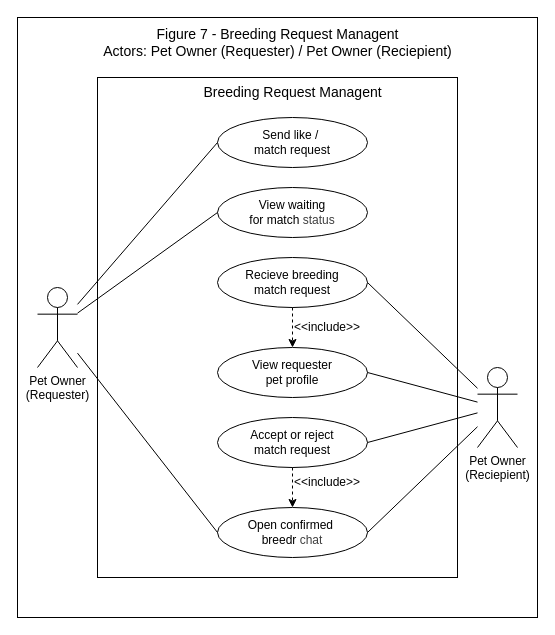
The draw.io diagram page "Fig-7" (7 of 10) of USE-CASE_Diagram_Franco.drawio in Chels013/Breedr-Diagrams, before the edit. Source tidied: cells renumbered, new cells numbered last; positions are measured from the earlier drawing's top-left corner, leaving out a move shared by most shapes. Both pictures are drawn from the tidied source at 100%, with x=0, y=0 at pixel (17, 17).
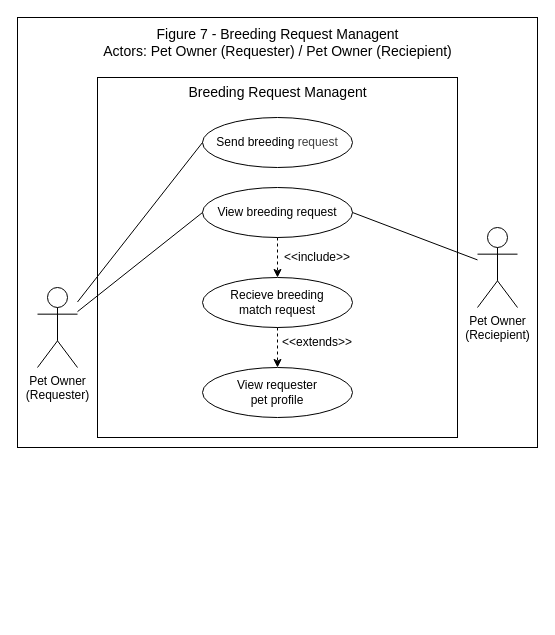
The same page after the edit.

Commit message:
i revised the figure 7, Breeding Request Managent

The change refers to these unchanged cells:
```xml
<mxCell id="12" value="Pet Owner&lt;br&gt;(Requester)" style="shape=umlActor;verticalLabelPosition=bottom;verticalAlign=top;html=1;outlineConnect=0;" parent="1" vertex="1">
  <mxGeometry x="20" y="270" width="40" height="80" as="geometry" />
</mxCell>
```

The edit, as a diff of the source:
```diff
@@
     <mxCell id="2" style="rounded=0;whiteSpace=wrap;html=1;" parent="1" vertex="1">
-      <mxGeometry width="520" height="600" as="geometry" />
+      <mxGeometry width="520" height="430" as="geometry" />
     </mxCell>
     <mxCell id="3" style="rounded=0;whiteSpace=wrap;html=1;" parent="1" vertex="1">
-      <mxGeometry x="80" y="60" width="360" height="500" as="geometry" />
+      <mxGeometry x="80" y="60" width="360" height="360" as="geometry" />
     </mxCell>
@@
     <mxCell id="5" value="&lt;span style=&quot;color: rgb(0, 0, 0);&quot;&gt;Breeding Request Managent&lt;/span&gt;" style="text;html=1;align=center;verticalAlign=middle;whiteSpace=wrap;rounded=0;fontSize=14;" parent="1" vertex="1">
-      <mxGeometry x="157.5" y="60" width="235" height="30" as="geometry" />
+      <mxGeometry x="142.5" y="60" width="235" height="30" as="geometry" />
     </mxCell>
-    <mxCell id="6" value="Send like /&amp;nbsp;&lt;div&gt;match request&lt;/div&gt;" style="ellipse;whiteSpace=wrap;html=1;" parent="1" vertex="1">
-      <mxGeometry x="200" y="100" width="150" height="50" as="geometry" />
+    <mxCell id="6" value="Send breeding&lt;span style=&quot;color: rgb(63, 63, 63); background-color: transparent;&quot;&gt;&amp;nbsp;request&lt;/span&gt;" style="ellipse;whiteSpace=wrap;html=1;" parent="1" vertex="1">
+      <mxGeometry x="185" y="100" width="150" height="50" as="geometry" />
     </mxCell>
-    <mxCell id="7" value="View waiting&lt;div&gt;for match&amp;nbsp;&lt;span style=&quot;color: rgb(63, 63, 63); background-color: transparent;&quot;&gt;status&lt;/span&gt;&lt;/div&gt;" style="ellipse;whiteSpace=wrap;html=1;" parent="1" vertex="1">
-      <mxGeometry x="200" y="170" width="150" height="50" as="geometry" />
+    <mxCell id="7" value="View breeding request" style="ellipse;whiteSpace=wrap;html=1;" parent="1" vertex="1">
+      <mxGeometry x="185" y="170" width="150" height="50" as="geometry" />
     </mxCell>
     <mxCell id="8" value="Recieve breeding&lt;div&gt;match request&lt;/div&gt;" style="ellipse;whiteSpace=wrap;html=1;" parent="1" vertex="1">
-      <mxGeometry x="200" y="240" width="150" height="50" as="geometry" />
+      <mxGeometry x="185" y="260" width="150" height="50" as="geometry" />
     </mxCell>
     <mxCell id="9" value="View requester&lt;div&gt;pet profile&lt;/div&gt;" style="ellipse;whiteSpace=wrap;html=1;" parent="1" vertex="1">
-      <mxGeometry x="200" y="330" width="150" height="50" as="geometry" />
+      <mxGeometry x="185" y="350" width="150" height="50" as="geometry" />
     </mxCell>
-    <mxCell id="10" value="Accept or reject&lt;div&gt;match request&lt;/div&gt;" style="ellipse;whiteSpace=wrap;html=1;" parent="1" vertex="1">
-      <mxGeometry x="200" y="400" width="150" height="50" as="geometry" />
-    </mxCell>
-    <mxCell id="11" value="Open confirmed&amp;nbsp;&lt;div&gt;breedr&amp;nbsp;&lt;span style=&quot;color: rgb(63, 63, 63); background-color: transparent;&quot;&gt;chat&lt;/span&gt;&lt;/div&gt;" style="ellipse;whiteSpace=wrap;html=1;" parent="1" vertex="1">
-      <mxGeometry x="200" y="490" width="150" height="50" as="geometry" />
-    </mxCell>
@@
     <mxCell id="13" value="Pet Owner&lt;div&gt;(Reciepient)&lt;/div&gt;" style="shape=umlActor;verticalLabelPosition=bottom;verticalAlign=top;html=1;outlineConnect=0;" parent="1" vertex="1">
-      <mxGeometry x="460" y="350" width="40" height="80" as="geometry" />
+      <mxGeometry x="460" y="210" width="40" height="80" as="geometry" />
     </mxCell>
@@
-    <mxCell id="16" style="endArrow=none;html=1;entryX=0;entryY=0.5;entryDx=0;entryDy=0;" parent="1" edge="1" source="12" target="11">
-      <mxGeometry relative="1" as="geometry" />
-    </mxCell>
-    <mxCell id="17" style="endArrow=none;html=1;exitX=1;exitY=0.5;exitDx=0;exitDy=0;" parent="1" edge="1" source="8" target="13">
+    <mxCell id="17" style="endArrow=none;html=1;exitX=1;exitY=0.5;exitDx=0;exitDy=0;" parent="1" edge="1" source="7" target="13">
       <mxGeometry relative="1" as="geometry" />
     </mxCell>
-    <mxCell id="18" style="endArrow=none;html=1;exitX=1;exitY=0.5;exitDx=0;exitDy=0;" parent="1" edge="1" source="9" target="13">
-      <mxGeometry relative="1" as="geometry" />
-    </mxCell>
-    <mxCell id="19" style="endArrow=none;html=1;exitX=1;exitY=0.5;exitDx=0;exitDy=0;" parent="1" edge="1" source="10" target="13">
-      <mxGeometry relative="1" as="geometry" />
-    </mxCell>
-    <mxCell id="20" style="endArrow=none;html=1;exitX=1;exitY=0.5;exitDx=0;exitDy=0;" parent="1" edge="1" source="11" target="13">
-      <mxGeometry relative="1" as="geometry" />
-    </mxCell>
@@
-    <mxCell id="22" style="html=1;labelBackgroundColor=#ffffff;startArrow=none;startFill=0;startSize=6;endArrow=classic;endFill=1;endSize=6;jettySize=auto;strokeWidth=1;dashed=1;fontSize=14;exitX=0.5;exitY=1;exitDx=0;exitDy=0;entryX=0.5;entryY=0;entryDx=0;entryDy=0;" parent="1" edge="1" source="10" target="11">
-      <mxGeometry relative="1" as="geometry" />
-    </mxCell>
-    <mxCell id="23" value="&amp;lt;&amp;lt;include&amp;gt;&amp;gt;" style="text;html=1;align=center;verticalAlign=middle;whiteSpace=wrap;rounded=0;" parent="1" vertex="1">
-      <mxGeometry x="280" y="450" width="60" height="30" as="geometry" />
-    </mxCell>
     <mxCell id="24" value="&amp;lt;&amp;lt;include&amp;gt;&amp;gt;" style="text;html=1;align=center;verticalAlign=middle;whiteSpace=wrap;rounded=0;" parent="1" vertex="1">
-      <mxGeometry x="280" y="295" width="60" height="30" as="geometry" />
+      <mxGeometry x="270" y="225" width="60" height="30" as="geometry" />
     </mxCell>
+    <mxCell id="25" style="html=1;labelBackgroundColor=#ffffff;startArrow=none;startFill=0;startSize=6;endArrow=classic;endFill=1;endSize=6;jettySize=auto;strokeWidth=1;dashed=1;fontSize=14;entryX=0.5;entryY=0;entryDx=0;entryDy=0;exitX=0.5;exitY=1;exitDx=0;exitDy=0;" parent="1" edge="1" source="7" target="8">
+      <mxGeometry relative="1" as="geometry" />
+    </mxCell>
+    <mxCell id="26" value="&amp;lt;&amp;lt;extends&amp;gt;&amp;gt;" style="text;html=1;align=center;verticalAlign=middle;whiteSpace=wrap;rounded=0;" parent="1" vertex="1">
+      <mxGeometry x="270" y="310" width="60" height="30" as="geometry" />
+    </mxCell>
```
